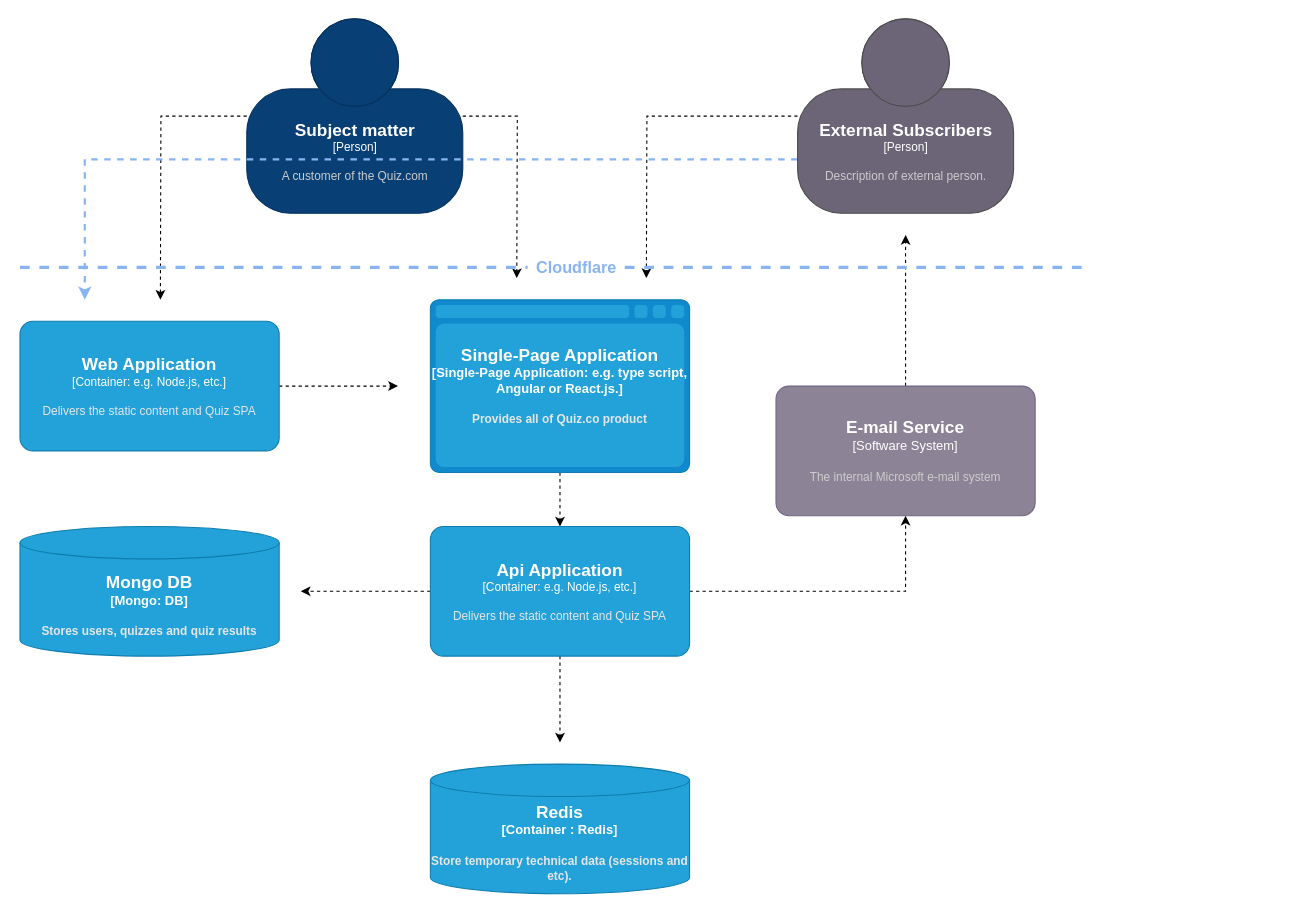
Before: page "Container" (2 of 5) of docs/Untitled Diagram.drawio in voloshyndmitry/tokyo, a draw.io diagram. Source tidied: cells renumbered, new cells numbered last; positions are measured from the earlier drawing's top-left corner, leaving out a move shared by most shapes. Both pictures are drawn from the tidied source at 108%, with x=0, y=0 at pixel (19, 18).
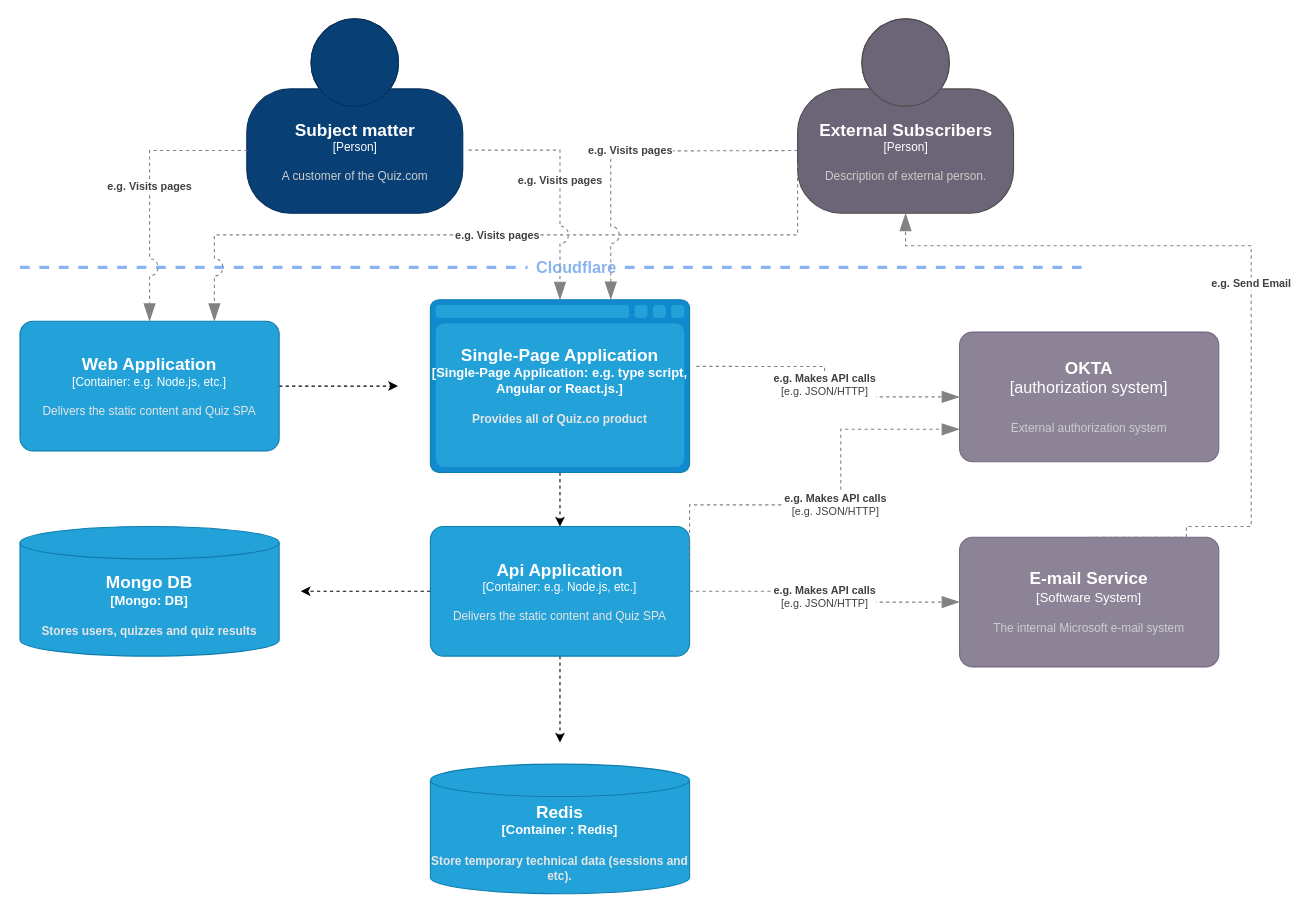
The same page after the edit.

The change refers to these unchanged cells:
```xml
<object id="4" label="&lt;font style=&quot;font-size: 16px&quot;&gt;&lt;b&gt;%c4Name%&lt;/b&gt;&lt;/font&gt;&lt;div&gt;[%c4Type%]&lt;/div&gt;&lt;br&gt;&lt;div&gt;&lt;font style=&quot;font-size: 11px&quot;&gt;&lt;font color=&quot;#cccccc&quot;&gt;%c4Description%&lt;/font&gt;&lt;/div&gt;" c4Description="A customer of the Quiz.com " c4Name="Subject matter" c4Type="Person" placeholders="1">
  <mxCell style="html=1;fontSize=11;dashed=0;whitespace=wrap;fillColor=#083F75;strokeColor=#06315C;fontColor=#ffffff;shape=mxgraph.c4.person2;align=center;points=[[0.5,0,0],[1,0.5,0],[1,0.75,0],[0.75,1,0],[0.5,1,0],[0.25,1,0],[0,0.75,0],[0,0.5,0]];" parent="1" vertex="1">
    <mxGeometry x="210" width="200" height="180" as="geometry" />
  </mxCell>
</object>
<object id="7" label="&lt;font style=&quot;font-size: 16px&quot;&gt;&lt;b&gt;%c4Name%&lt;/b&gt;&lt;/font&gt;&lt;div&gt;[%c4Type%]&lt;/div&gt;&lt;br&gt;&lt;div&gt;&lt;font style=&quot;font-size: 11px&quot;&gt;&lt;font color=&quot;#cccccc&quot;&gt;%c4Description%&lt;/font&gt;&lt;/div&gt;" c4Description="Description of external person." c4Name="External Subscribers" c4Type="Person" placeholders="1">
  <mxCell style="html=1;fontSize=11;dashed=0;whitespace=wrap;fillColor=#6C6477;strokeColor=#4D4D4D;fontColor=#ffffff;shape=mxgraph.c4.person2;align=center;points=[[0.5,0,0],[1,0.5,0],[1,0.75,0],[0.75,1,0],[0.5,1,0],[0.25,1,0],[0,0.75,0],[0,0.5,0]];" parent="1" vertex="1">
    <mxGeometry x="720" width="200" height="180" as="geometry" />
  </mxCell>
</object>
<object id="10" label="&lt;font style=&quot;font-size: 16px&quot;&gt;&lt;b&gt;%c4Type%&lt;/font&gt;&lt;div&gt;[%c4Container%:&amp;nbsp;%c4Technology%]&lt;/div&gt;&lt;br&gt;&lt;div&gt;&lt;font style=&quot;font-size: 11px&quot;&gt;&lt;font color=&quot;#E6E6E6&quot;&gt;%c4Description%&lt;/font&gt;&lt;/div&gt;" c4Container="Single-Page Application" c4Description="Provides all of Quiz.co product" c4Technology="e.g. type script, Angular or React.js." c4Type="Single-Page Application" placeholders="1">
  <mxCell style="shape=mxgraph.c4.webBrowserContainer;whiteSpace=wrap;html=1;boundedLbl=1;rounded=0;labelBackgroundColor=none;fillColor=#118ACD;fontSize=12;fontColor=#ffffff;align=center;strokeColor=#0E7DAD;points=[[0.5,0,0],[1,0.25,0],[1,0.5,0],[1,0.75,0],[0.5,1,0],[0,0.75,0],[0,0.5,0],[0,0.25,0]];" parent="1" vertex="1">
    <mxGeometry x="380" y="260" width="240" height="160" as="geometry" />
  </mxCell>
</object>
<object id="12" label="&lt;font style=&quot;font-size: 16px&quot;&gt;&lt;b&gt;%c4Name%&lt;/b&gt;&lt;/font&gt;&lt;div&gt;[%c4Type%: %c4Technology%]&lt;/div&gt;&lt;br&gt;&lt;div&gt;&lt;font style=&quot;font-size: 11px&quot;&gt;&lt;font color=&quot;#E6E6E6&quot;&gt;%c4Description%&lt;/font&gt;&lt;/div&gt;" c4Description="Delivers the static content and Quiz SPA" c4Name="Web Application" c4Technology="e.g. Node.js, etc." c4Type="Container" placeholders="1">
  <mxCell style="rounded=1;whiteSpace=wrap;html=1;fontSize=11;labelBackgroundColor=none;fillColor=#23A2D9;fontColor=#ffffff;align=center;arcSize=10;strokeColor=#0E7DAD;points=[[0.25,0,0],[0.5,0,0],[0.75,0,0],[1,0.25,0],[1,0.5,0],[1,0.75,0],[0.75,1,0],[0.5,1,0],[0.25,1,0],[0,0.75,0],[0,0.5,0],[0,0.25,0]];" parent="1" vertex="1">
    <mxGeometry y="280" width="240" height="120" as="geometry" />
  </mxCell>
</object>
<object id="18" label="&lt;font style=&quot;font-size: 16px&quot;&gt;&lt;b&gt;%c4Name%&lt;/b&gt;&lt;/font&gt;&lt;div&gt;[%c4Type%: %c4Technology%]&lt;/div&gt;&lt;br&gt;&lt;div&gt;&lt;font style=&quot;font-size: 11px&quot;&gt;&lt;font color=&quot;#E6E6E6&quot;&gt;%c4Description%&lt;/font&gt;&lt;/div&gt;" c4Description="Delivers the static content and Quiz SPA" c4Name="Api Application" c4Technology="e.g. Node.js, etc." c4Type="Container" placeholders="1">
  <mxCell style="rounded=1;whiteSpace=wrap;html=1;fontSize=11;labelBackgroundColor=none;fillColor=#23A2D9;fontColor=#ffffff;align=center;arcSize=10;strokeColor=#0E7DAD;points=[[0.25,0,0],[0.5,0,0],[0.75,0,0],[1,0.25,0],[1,0.5,0],[1,0.75,0],[0.75,1,0],[0.5,1,0],[0.25,1,0],[0,0.75,0],[0,0.5,0],[0,0.25,0]];" parent="1" vertex="1">
    <mxGeometry x="380" y="470" width="240" height="120" as="geometry" />
  </mxCell>
</object>
```

The edit, as a diff of the source:
```diff
@@
-    <mxCell id="2" style="edgeStyle=orthogonalEdgeStyle;rounded=0;jettySize=auto;html=1;dashed=1;" parent="1" edge="1" source="4">
-      <mxGeometry relative="1" as="geometry">
-        <mxPoint x="460" y="240" as="targetPoint" />
-      </mxGeometry>
-    </mxCell>
-    <mxCell id="3" style="edgeStyle=orthogonalEdgeStyle;rounded=0;jettySize=auto;html=1;dashed=1;" parent="1" edge="1" source="4">
-      <mxGeometry relative="1" as="geometry">
-        <mxPoint x="130" y="260" as="targetPoint" />
-      </mxGeometry>
-    </mxCell>
@@
-    <mxCell id="5" style="edgeStyle=orthogonalEdgeStyle;rounded=0;jettySize=auto;html=1;dashed=1;" parent="1" edge="1" source="7">
-      <mxGeometry relative="1" as="geometry">
-        <mxPoint x="580" y="240" as="targetPoint" />
-      </mxGeometry>
-    </mxCell>
-    <mxCell id="6" style="edgeStyle=orthogonalEdgeStyle;rounded=0;jettySize=auto;html=1;dashed=1;fontSize=15;fontColor=#89B4F2;strokeColor=#89B4F2;strokeWidth=2;" parent="1" edge="1" source="7">
-      <mxGeometry relative="1" as="geometry">
-        <mxPoint x="60" y="260" as="targetPoint" />
-        <Array as="points">
-          <mxPoint x="60" y="130" />
-        </Array>
-      </mxGeometry>
-    </mxCell>
@@
-    <mxCell id="13" style="edgeStyle=orthogonalEdgeStyle;rounded=0;jettySize=auto;html=1;dashed=1;" parent="1" edge="1" source="14">
-      <mxGeometry relative="1" as="geometry">
-        <mxPoint x="820" y="200" as="targetPoint" />
-      </mxGeometry>
-    </mxCell>
     <object id="14" label="&lt;font style=&quot;font-size: 16px&quot;&gt;&lt;b&gt;%c4Name%&lt;/b&gt;&lt;/font&gt;&lt;div&gt;[%c4Type%]&lt;/div&gt;&lt;br&gt;&lt;div&gt;&lt;font style=&quot;font-size: 11px&quot;&gt;&lt;font color=&quot;#cccccc&quot;&gt;%c4Description%&lt;/font&gt;&lt;/div&gt;" c4Description="The internal Microsoft e-mail system" c4Name="E-mail Service" c4Type="Software System" placeholders="1">
       <mxCell style="rounded=1;whiteSpace=wrap;html=1;labelBackgroundColor=none;fillColor=#8C8496;fontColor=#ffffff;align=center;arcSize=10;strokeColor=#736782;points=[[0.25,0,0],[0.5,0,0],[0.75,0,0],[1,0.25,0],[1,0.5,0],[1,0.75,0],[0.75,1,0],[0.5,1,0],[0.25,1,0],[0,0.75,0],[0,0.5,0],[0,0.25,0]];" parent="1" vertex="1">
-        <mxGeometry x="700" y="340" width="240" height="120" as="geometry" />
+        <mxGeometry x="870" y="480" width="240" height="120" as="geometry" />
       </mxCell>
     </object>
@@
-    <mxCell id="16" style="edgeStyle=orthogonalEdgeStyle;rounded=0;jettySize=auto;html=1;entryX=0.5;entryY=1;entryDx=0;entryDy=0;entryPerimeter=0;dashed=1;" parent="1" edge="1" source="18" target="14">
-      <mxGeometry relative="1" as="geometry" />
-    </mxCell>
@@
+    <object id="23" label="&lt;div style=&quot;text-align: left&quot;&gt;&lt;div style=&quot;text-align: center&quot;&gt;&lt;b&gt;%c4Description%&lt;/b&gt;&lt;/div&gt;" c4Description="e.g. Visits pages" placeholders="1">
+      <mxCell style="endArrow=blockThin;html=1;fontSize=10;fontColor=#404040;strokeWidth=1;endFill=1;strokeColor=#828282;elbow=vertical;endSize=14;startSize=14;jumpStyle=arc;jumpSize=16;rounded=0;edgeStyle=orthogonalEdgeStyle;dashed=1;exitX=0.003;exitY=0.677;exitDx=0;exitDy=0;exitPerimeter=0;entryX=0.5;entryY=0;entryDx=0;entryDy=0;entryPerimeter=0;" parent="1" edge="1" source="4" target="12">
+        <mxGeometry relative="1" as="geometry" />
+      </mxCell>
+    </object>
+    <object id="24" label="&lt;div style=&quot;text-align: left&quot;&gt;&lt;div style=&quot;text-align: center&quot;&gt;&lt;b&gt;%c4Description%&lt;/b&gt;&lt;/div&gt;" c4Description="e.g. Visits pages" placeholders="1">
+      <mxCell style="endArrow=blockThin;html=1;fontSize=10;fontColor=#404040;strokeWidth=1;endFill=1;strokeColor=#828282;elbow=vertical;endSize=14;startSize=14;jumpStyle=arc;jumpSize=16;rounded=0;edgeStyle=orthogonalEdgeStyle;dashed=1;exitX=0;exitY=0.75;exitDx=0;exitDy=0;exitPerimeter=0;entryX=0.75;entryY=0;entryDx=0;entryDy=0;entryPerimeter=0;" parent="1" edge="1" source="7" target="12">
+        <mxGeometry relative="1" as="geometry">
+          <Array as="points">
+            <mxPoint x="720" y="200" />
+            <mxPoint x="180" y="200" />
+          </Array>
+        </mxGeometry>
+      </mxCell>
+    </object>
+    <object id="25" label="&lt;div style=&quot;text-align: left&quot;&gt;&lt;div style=&quot;text-align: center&quot;&gt;&lt;b&gt;%c4Description%&lt;/b&gt;&lt;/div&gt;" c4Description="e.g. Send Email" placeholders="1">
+      <mxCell style="endArrow=blockThin;html=1;fontSize=10;fontColor=#404040;strokeWidth=1;endFill=1;strokeColor=#828282;elbow=vertical;endSize=14;startSize=14;jumpStyle=arc;jumpSize=16;rounded=0;edgeStyle=orthogonalEdgeStyle;dashed=1;exitX=0.5;exitY=0;exitDx=0;exitDy=0;exitPerimeter=0;entryX=0.5;entryY=1;entryDx=0;entryDy=0;entryPerimeter=0;" parent="1" edge="1" source="14" target="7">
+        <mxGeometry relative="1" as="geometry">
+          <Array as="points">
+            <mxPoint x="1080" y="480" />
+            <mxPoint x="1080" y="470" />
+            <mxPoint x="1140" y="470" />
+            <mxPoint x="1140" y="210" />
+            <mxPoint x="820" y="210" />
+          </Array>
+        </mxGeometry>
+      </mxCell>
+    </object>
+    <object id="26" label="&lt;div style=&quot;text-align: left&quot;&gt;&lt;div style=&quot;text-align: center&quot;&gt;&lt;b&gt;%c4Description%&lt;/b&gt;&lt;/div&gt;" c4Description="e.g. Visits pages" placeholders="1">
+      <mxCell style="endArrow=blockThin;html=1;fontSize=10;fontColor=#404040;strokeWidth=1;endFill=1;strokeColor=#828282;elbow=vertical;endSize=14;startSize=14;jumpStyle=arc;jumpSize=16;rounded=0;edgeStyle=orthogonalEdgeStyle;dashed=1;exitX=1.027;exitY=0.675;exitDx=0;exitDy=0;exitPerimeter=0;entryX=0.5;entryY=0;entryDx=0;entryDy=0;entryPerimeter=0;" parent="1" edge="1" source="4" target="10">
+        <mxGeometry relative="1" as="geometry">
+          <Array as="points">
+            <mxPoint x="500" y="122" />
+          </Array>
+        </mxGeometry>
+      </mxCell>
+    </object>
+    <object id="27" label="&lt;div style=&quot;text-align: left&quot;&gt;&lt;div style=&quot;text-align: center&quot;&gt;&lt;b&gt;%c4Description%&lt;/b&gt;&lt;/div&gt;" c4Description="e.g. Visits pages" placeholders="1">
+      <mxCell style="endArrow=blockThin;html=1;fontSize=10;fontColor=#404040;strokeWidth=1;endFill=1;strokeColor=#828282;elbow=vertical;endSize=14;startSize=14;jumpStyle=arc;jumpSize=16;rounded=0;edgeStyle=orthogonalEdgeStyle;dashed=1;exitX=0.003;exitY=0.677;exitDx=0;exitDy=0;exitPerimeter=0;entryX=0.696;entryY=-0.001;entryDx=0;entryDy=0;entryPerimeter=0;" parent="1" edge="1" target="10">
+        <mxGeometry relative="1" as="geometry">
+          <mxPoint x="720" y="121.9" as="sourcePoint" />
+        </mxGeometry>
+      </mxCell>
+    </object>
+    <object id="16" label="&lt;div style=&quot;text-align: left&quot;&gt;&lt;div style=&quot;text-align: center&quot;&gt;&lt;b&gt;%c4Description%&lt;/b&gt;&lt;/div&gt;&lt;div style=&quot;text-align: center&quot;&gt;[%c4Technology%]&lt;/div&gt;&lt;/div&gt;" c4Description="e.g. Makes API calls" c4Technology="e.g. JSON/HTTP" placeholders="1">
+      <mxCell style="endArrow=blockThin;html=1;fontSize=10;fontColor=#404040;strokeWidth=1;endFill=1;strokeColor=#828282;elbow=vertical;endSize=14;startSize=14;jumpStyle=arc;jumpSize=16;rounded=0;edgeStyle=orthogonalEdgeStyle;dashed=1;exitX=1;exitY=0.5;exitDx=0;exitDy=0;exitPerimeter=0;entryX=0;entryY=0.5;entryDx=0;entryDy=0;entryPerimeter=0;" parent="1" edge="1" source="18" target="14">
+        <mxGeometry relative="1" as="geometry" />
+      </mxCell>
+    </object>
+    <object id="28" label="&lt;font style=&quot;font-size: 16px&quot;&gt;&lt;b&gt;%c4Name%&lt;/b&gt;&lt;/font&gt;&lt;div&gt;[%c4Type%]&lt;/div&gt;&lt;br&gt;&lt;div&gt;&lt;font style=&quot;font-size: 11px&quot;&gt;&lt;font color=&quot;#cccccc&quot;&gt;%c4Description%&lt;/font&gt;&lt;/div&gt;" c4Description="External authorization system" c4Name="OKTA" c4Type="authorization system" placeholders="1">
+      <mxCell style="rounded=1;whiteSpace=wrap;html=1;labelBackgroundColor=none;fillColor=#8C8496;fontColor=#ffffff;align=center;arcSize=10;strokeColor=#736782;points=[[0.25,0,0],[0.5,0,0],[0.75,0,0],[1,0.25,0],[1,0.5,0],[1,0.75,0],[0.75,1,0],[0.5,1,0],[0.25,1,0],[0,0.75,0],[0,0.5,0],[0,0.25,0]];fontSize=15;" parent="1" vertex="1">
+        <mxGeometry x="870" y="290" width="240" height="120" as="geometry" />
+      </mxCell>
+    </object>
+    <object id="29" label="&lt;div style=&quot;text-align: left&quot;&gt;&lt;div style=&quot;text-align: center&quot;&gt;&lt;b&gt;%c4Description%&lt;/b&gt;&lt;/div&gt;&lt;div style=&quot;text-align: center&quot;&gt;[%c4Technology%]&lt;/div&gt;&lt;/div&gt;" c4Description="e.g. Makes API calls" c4Technology="e.g. JSON/HTTP" placeholders="1">
+      <mxCell style="endArrow=blockThin;html=1;fontSize=10;fontColor=#404040;strokeWidth=1;endFill=1;strokeColor=#828282;elbow=vertical;endSize=14;startSize=14;jumpStyle=arc;jumpSize=16;rounded=0;edgeStyle=orthogonalEdgeStyle;dashed=1;entryX=0;entryY=0.75;entryDx=0;entryDy=0;entryPerimeter=0;exitX=1;exitY=0.25;exitDx=0;exitDy=0;exitPerimeter=0;" parent="1" edge="1" source="18" target="28">
+        <mxGeometry relative="1" as="geometry">
+          <Array as="points">
+            <mxPoint x="620" y="450" />
+            <mxPoint x="760" y="450" />
+            <mxPoint x="760" y="380" />
+          </Array>
+        </mxGeometry>
+      </mxCell>
+    </object>
+    <object id="30" label="&lt;div style=&quot;text-align: left&quot;&gt;&lt;div style=&quot;text-align: center&quot;&gt;&lt;b&gt;%c4Description%&lt;/b&gt;&lt;/div&gt;&lt;div style=&quot;text-align: center&quot;&gt;[%c4Technology%]&lt;/div&gt;&lt;/div&gt;" c4Description="e.g. Makes API calls" c4Technology="e.g. JSON/HTTP" placeholders="1">
+      <mxCell style="endArrow=blockThin;html=1;fontSize=10;fontColor=#404040;strokeWidth=1;endFill=1;strokeColor=#828282;elbow=vertical;endSize=14;startSize=14;jumpStyle=arc;jumpSize=16;rounded=0;edgeStyle=orthogonalEdgeStyle;dashed=1;exitX=1.026;exitY=0.386;exitDx=0;exitDy=0;exitPerimeter=0;entryX=0;entryY=0.5;entryDx=0;entryDy=0;entryPerimeter=0;" parent="1" edge="1" source="10" target="28">
+        <mxGeometry relative="1" as="geometry" />
+      </mxCell>
+    </object>
```
